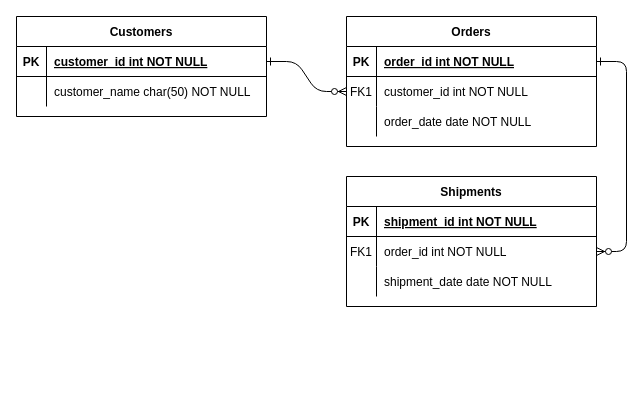
Le-Trung-Kien-32/KienGitHub keeps this draw.io diagram as Untitled Diagram.drawio. Above is the earlier version. Source tidied: cells renumbered, new cells numbered last; positions are measured from the earlier drawing's top-left corner, leaving out a move shared by most shapes. Both pictures are drawn from the tidied source at 100%, with x=0, y=0 at pixel (16, 16).
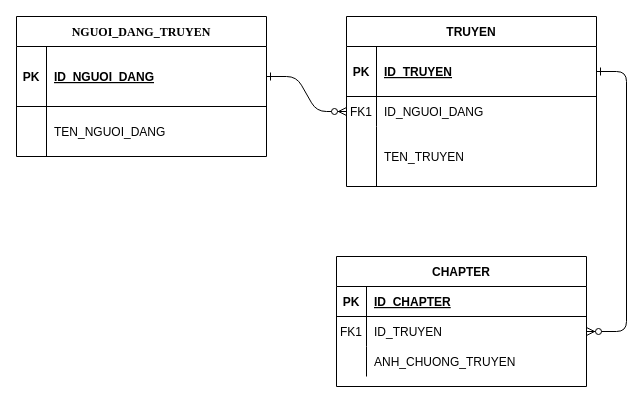
The same diagram, later.

Commit message:
ERD_COMM

The change refers to these unchanged cells:
```xml
<mxCell id="15" style="shape=partialRectangle;fillColor=none;top=0;left=0;right=0;bottom=1;" parent="14" vertex="1">
  <mxGeometry y="30" width="250" height="30" as="geometry" />
</mxCell>
<mxCell id="18" style="shape=partialRectangle;fillColor=none;points=[[0,0.5],[1,0.5]];portConstraint=eastwest;top=0;left=0;right=0;bottom=0;" parent="14" vertex="1">
  <mxGeometry y="60" width="250" height="30" as="geometry" />
</mxCell>
<mxCell id="21" style="shape=partialRectangle;fillColor=none;top=0;left=0;right=0;bottom=0;" parent="14" vertex="1">
  <mxGeometry y="90" width="250" height="30" as="geometry" />
</mxCell>
```

Change to the diagram source:
```diff
@@
-    <mxCell id="4" value="Orders" style="shape=table;startSize=30;childLayout=tableLayout;rowLines=0;fontStyle=1;align=center;" parent="1" vertex="1">
-      <mxGeometry x="330" width="250" height="130" as="geometry" />
+    <mxCell id="4" value="TRUYEN" style="shape=table;startSize=30;childLayout=tableLayout;rowLines=0;fontStyle=1;align=center;" parent="1" vertex="1">
+      <mxGeometry x="330" width="250" height="170" as="geometry" />
     </mxCell>
     <mxCell id="5" style="shape=partialRectangle;fillColor=none;points=[[0,0.5],[1,0.5]];portConstraint=eastwest;top=0;left=0;right=0;bottom=1;" parent="4" vertex="1">
-      <mxGeometry y="30" width="250" height="30" as="geometry" />
+      <mxGeometry y="30" width="250" height="50" as="geometry" />
     </mxCell>
     <mxCell id="6" value="PK" style="shape=partialRectangle;overflow=hidden;fillColor=none;top=0;left=0;bottom=0;right=0;fontStyle=1;" parent="5" vertex="1">
-      <mxGeometry width="30" height="30" as="geometry" />
+      <mxGeometry width="30" height="50" as="geometry" />
     </mxCell>
-    <mxCell id="7" value="order_id int NOT NULL " style="shape=partialRectangle;overflow=hidden;fillColor=none;top=0;left=0;bottom=0;right=0;align=left;spacingLeft=6;fontStyle=5;" parent="5" vertex="1">
-      <mxGeometry x="30" width="220" height="30" as="geometry" />
+    <mxCell id="7" value="ID_TRUYEN" style="shape=partialRectangle;overflow=hidden;fillColor=none;top=0;left=0;bottom=0;right=0;align=left;spacingLeft=6;fontStyle=5;" parent="5" vertex="1">
+      <mxGeometry x="30" width="220" height="50" as="geometry" />
     </mxCell>
     <mxCell id="8" style="shape=partialRectangle;fillColor=none;points=[[0,0.5],[1,0.5]];portConstraint=eastwest;top=0;left=0;right=0;bottom=0;" parent="4" vertex="1">
-      <mxGeometry y="60" width="250" height="30" as="geometry" />
+      <mxGeometry y="80" width="250" height="30" as="geometry" />
     </mxCell>
@@
-    <mxCell id="10" value="customer_id int NOT NULL" style="shape=partialRectangle;overflow=hidden;fillColor=none;top=0;left=0;bottom=0;right=0;align=left;spacingLeft=6;" parent="8" vertex="1">
+    <mxCell id="10" value="ID_NGUOI_DANG" style="shape=partialRectangle;overflow=hidden;fillColor=none;top=0;left=0;bottom=0;right=0;align=left;spacingLeft=6;" parent="8" vertex="1">
       <mxGeometry x="30" width="220" height="30" as="geometry" />
     </mxCell>
     <mxCell id="11" style="shape=partialRectangle;fillColor=none;top=0;left=0;right=0;bottom=0;" parent="4" vertex="1">
-      <mxGeometry y="90" width="250" height="30" as="geometry" />
+      <mxGeometry y="110" width="250" height="60" as="geometry" />
     </mxCell>
     <mxCell id="12" style="shape=partialRectangle;overflow=hidden;fillColor=none;top=0;left=0;bottom=0;right=0;" parent="11" vertex="1">
-      <mxGeometry width="30" height="30" as="geometry" />
+      <mxGeometry width="30" height="60" as="geometry" />
     </mxCell>
-    <mxCell id="13" value="order_date date NOT NULL" style="shape=partialRectangle;overflow=hidden;fillColor=none;top=0;left=0;bottom=0;right=0;align=left;spacingLeft=6;" parent="11" vertex="1">
-      <mxGeometry x="30" width="220" height="30" as="geometry" />
+    <mxCell id="13" value="TEN_TRUYEN" style="shape=partialRectangle;overflow=hidden;fillColor=none;top=0;left=0;bottom=0;right=0;align=left;spacingLeft=6;" parent="11" vertex="1">
+      <mxGeometry x="30" width="220" height="60" as="geometry" />
     </mxCell>
-    <mxCell id="14" value="Shipments" style="shape=table;startSize=30;childLayout=tableLayout;rowLines=0;fontStyle=1;align=center;" parent="1" vertex="1">
-      <mxGeometry x="330" y="160" width="250" height="130" as="geometry" />
+    <mxCell id="14" value="CHAPTER" style="shape=table;startSize=30;childLayout=tableLayout;rowLines=0;fontStyle=1;align=center;" parent="1" vertex="1">
+      <mxGeometry x="320" y="240" width="250" height="130" as="geometry" />
     </mxCell>
@@
-    <mxCell id="17" value="shipment_id int NOT NULL " style="shape=partialRectangle;overflow=hidden;fillColor=none;top=0;left=0;bottom=0;right=0;align=left;spacingLeft=6;fontStyle=5;" parent="15" vertex="1">
+    <mxCell id="17" value="ID_CHAPTER" style="shape=partialRectangle;overflow=hidden;fillColor=none;top=0;left=0;bottom=0;right=0;align=left;spacingLeft=6;fontStyle=5;" parent="15" vertex="1">
       <mxGeometry x="30" width="220" height="30" as="geometry" />
     </mxCell>
@@
-    <mxCell id="20" value="order_id int NOT NULL" style="shape=partialRectangle;overflow=hidden;fillColor=none;top=0;left=0;bottom=0;right=0;align=left;spacingLeft=6;" parent="18" vertex="1">
+    <mxCell id="20" value="ID_TRUYEN" style="shape=partialRectangle;overflow=hidden;fillColor=none;top=0;left=0;bottom=0;right=0;align=left;spacingLeft=6;" parent="18" vertex="1">
       <mxGeometry x="30" width="220" height="30" as="geometry" />
     </mxCell>
@@
-    <mxCell id="23" value="shipment_date date NOT NULL" style="shape=partialRectangle;overflow=hidden;fillColor=none;top=0;left=0;bottom=0;right=0;align=left;spacingLeft=6;" parent="21" vertex="1">
+    <mxCell id="23" value="ANH_CHUONG_TRUYEN" style="shape=partialRectangle;overflow=hidden;fillColor=none;top=0;left=0;bottom=0;right=0;align=left;spacingLeft=6;" parent="21" vertex="1">
       <mxGeometry x="30" width="220" height="30" as="geometry" />
     </mxCell>
-    <mxCell id="24" value="Customers" style="shape=table;startSize=30;childLayout=tableLayout;rowLines=0;fontStyle=1;align=center;" parent="1" vertex="1">
-      <mxGeometry width="250" height="100" as="geometry" />
+    <mxCell id="24" value="NGUOI_DANG_TRUYEN" style="shape=table;startSize=30;childLayout=tableLayout;rowLines=0;fontStyle=1;align=center;fontFamily=Times New Roman;" parent="1" vertex="1">
+      <mxGeometry width="250" height="140" as="geometry" />
     </mxCell>
     <mxCell id="25" style="shape=partialRectangle;fillColor=none;points=[[0,0.5],[1,0.5]];portConstraint=eastwest;top=0;left=0;right=0;bottom=1;" parent="24" vertex="1">
-      <mxGeometry y="30" width="250" height="30" as="geometry" />
+      <mxGeometry y="30" width="250" height="60" as="geometry" />
     </mxCell>
     <mxCell id="26" value="PK" style="shape=partialRectangle;overflow=hidden;fillColor=none;top=0;left=0;bottom=0;right=0;fontStyle=1;" parent="25" vertex="1">
-      <mxGeometry width="30" height="30" as="geometry" />
+      <mxGeometry width="30" height="60" as="geometry" />
     </mxCell>
-    <mxCell id="27" value="customer_id int NOT NULL " style="shape=partialRectangle;overflow=hidden;fillColor=none;top=0;left=0;bottom=0;right=0;align=left;spacingLeft=6;fontStyle=5;" parent="25" vertex="1">
-      <mxGeometry x="30" width="220" height="30" as="geometry" />
+    <mxCell id="27" value="ID_NGUOI_DANG" style="shape=partialRectangle;overflow=hidden;fillColor=none;top=0;left=0;bottom=0;right=0;align=left;spacingLeft=6;fontStyle=5;" parent="25" vertex="1">
+      <mxGeometry x="30" width="220" height="60" as="geometry" />
     </mxCell>
     <mxCell id="28" style="shape=partialRectangle;fillColor=none;top=0;left=0;right=0;bottom=0;" parent="24" vertex="1">
-      <mxGeometry y="60" width="250" height="30" as="geometry" />
+      <mxGeometry y="90" width="250" height="50" as="geometry" />
     </mxCell>
     <mxCell id="29" style="shape=partialRectangle;overflow=hidden;fillColor=none;top=0;left=0;bottom=0;right=0;" parent="28" vertex="1">
-      <mxGeometry width="30" height="30" as="geometry" />
+      <mxGeometry width="30" height="50" as="geometry" />
     </mxCell>
-    <mxCell id="30" value="customer_name char(50) NOT NULL" style="shape=partialRectangle;overflow=hidden;fillColor=none;top=0;left=0;bottom=0;right=0;align=left;spacingLeft=6;" parent="28" vertex="1">
-      <mxGeometry x="30" width="220" height="30" as="geometry" />
+    <mxCell id="30" value="TEN_NGUOI_DANG" style="shape=partialRectangle;overflow=hidden;fillColor=none;top=0;left=0;bottom=0;right=0;align=left;spacingLeft=6;" parent="28" vertex="1">
+      <mxGeometry x="30" width="220" height="50" as="geometry" />
     </mxCell>
```
